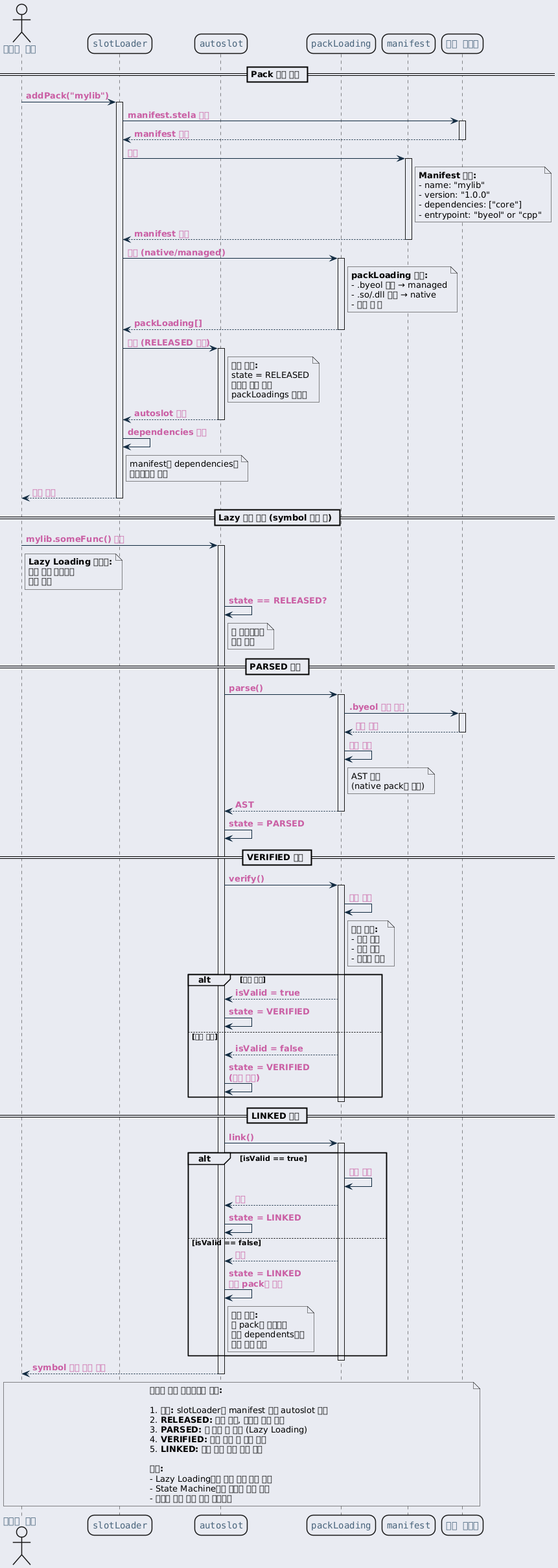
Above: ref/generated/ko/inline_umlgraph_31.png in byeolang/website (PlantUML), before the change.
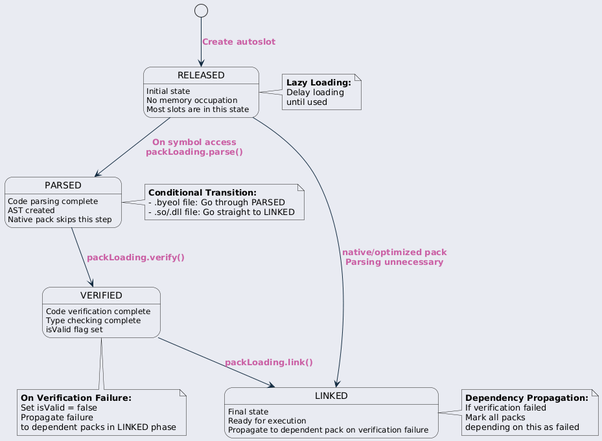
Above is the later version.

Diff of the diagram source:
```diff
@@ -23,183 +23,62 @@
     }
 }
 </style>
-actor "사용자 코드" as user
-participant "slotLoader" as loader
-participant "autoslot" as autoslot
-participant "packLoading" as packLoading
-participant "manifest" as manifest
-participant "파일 시스템" as fs
+[*] --> RELEASED : Create autoslot
 
-== Pack 등록 단계 ==
+state RELEASED {
+    RELEASED : Initial state
+    RELEASED : No memory occupation
+    RELEASED : Most slots are in this state
+}
 
-user -> loader : addPack("mylib")
-activate loader
+state PARSED {
+    PARSED : Code parsing complete
+    PARSED : AST created
+    PARSED : Native pack skips this step
+}
 
-loader -> fs : manifest.stela 찾기
-activate fs
+state VERIFIED {
+    VERIFIED : Code verification complete
+    VERIFIED : Type checking complete
+    VERIFIED : isValid flag set
+}
 
-fs --> loader : manifest 파일
-deactivate fs
+state LINKED {
+    LINKED : Final state
+    LINKED : Ready for execution
+    LINKED : Propagate to dependent pack on verification failure
+}
 
-loader -> manifest : 파싱
-activate manifest
+RELEASED --> PARSED : On symbol access\npackLoading.parse()
+RELEASED --> LINKED : native/optimized pack\nParsing unnecessary
 
-note right of manifest
-  <b>Manifest 내용:</b>
-  - name: "mylib"
-  - version: "1.0.0"
-  - dependencies: ["core"]
-  - entrypoint: "byeol" or "cpp"
+PARSED --> VERIFIED : packLoading.verify()
+
+VERIFIED --> LINKED : packLoading.link()
+
+note right of RELEASED
+  <b>Lazy Loading:</b>
+  Delay loading
+  until used
 end note
 
-manifest --> loader : manifest 객체
-deactivate manifest
-
-loader -> packLoading : 생성 (native/managed)
-activate packLoading
-
-note right of packLoading
-  <b>packLoading 타입:</b>
-  - .byeol 파일 → managed
-  - .so/.dll 파일 → native
-  - 또는 둘 다
+note right of PARSED
+  <b>Conditional Transition:</b>
+  - .byeol file: Go through PARSED
+  - .so/.dll file: Go straight to LINKED
 end note
 
-packLoading --> loader : packLoading[]
-deactivate packLoading
-
-loader -> autoslot : 생성 (RELEASED 상태)
-activate autoslot
-
-note right of autoslot
-  <b>초기 상태:</b>
-  state = RELEASED
-  메모리 점유 없음
-  packLoadings 저장만
+note bottom of VERIFIED
+  <b>On Verification Failure:</b>
+  Set isValid = false
+  Propagate failure
+  to dependent packs in LINKED phase
 end note
 
-autoslot --> loader : autoslot 객체
-deactivate autoslot
-
-loader -> loader : dependencies 등록
-note right of loader
-  manifest의 dependencies를
-  재귀적으로 로딩
-end note
-
-loader --> user : 등록 완료
-deactivate loader
-
-== Lazy 로딩 단계 (symbol 접근 시) ==
-
-user -> autoslot : mylib.someFunc() 접근
-activate autoslot
-
-note right of user
-  <b>Lazy Loading 트리거:</b>
-  실제 사용 시점까지
-  로딩 지연
-end note
-
-autoslot -> autoslot : state == RELEASED?
-note right of autoslot
-  첫 접근이므로
-  로딩 시작
-end note
-
-== PARSED 단계 ==
-
-autoslot -> packLoading : parse()
-activate packLoading
-
-packLoading -> fs : .byeol 파일 읽기
-activate fs
-
-fs --> packLoading : 소스 코드
-deactivate fs
-
-packLoading -> packLoading : 파서 실행
-note right of packLoading
-  AST 생성
-  (native pack은 생략)
-end note
-
-packLoading --> autoslot : AST
-deactivate packLoading
-
-autoslot -> autoslot : state = PARSED
-
-== VERIFIED 단계 ==
-
-autoslot -> packLoading : verify()
-activate packLoading
-
-packLoading -> packLoading : 검증 실행
-note right of packLoading
-  <b>검증 항목:</b>
-  - 타입 체킹
-  - 문법 검증
-  - 의존성 확인
-end note
-
-alt 검증 성공
-
-    packLoading --> autoslot : isValid = true
-    autoslot -> autoslot : state = VERIFIED
-
-else 검증 실패
-
-    packLoading --> autoslot : isValid = false
-    autoslot -> autoslot : state = VERIFIED\n(실패 표시)
-
-end
-
-deactivate packLoading
-
-== LINKED 단계 ==
-
-autoslot -> packLoading : link()
-activate packLoading
-
-alt isValid == true
-
-    packLoading -> packLoading : 링킹 완료
-    packLoading --> autoslot : 성공
-
-    autoslot -> autoslot : state = LINKED
-
-else isValid == false
-
-    packLoading --> autoslot : 실패
-
-    autoslot -> autoslot : state = LINKED\n의존 pack에 전파
-
-    note right of autoslot
-      <b>실패 전파:</b>
-      이 pack에 의존하는
-      모든 dependents에게
-      실패 사실 전파
-    end note
-
-end
-
-deactivate packLoading
-
-autoslot --> user : symbol 반환 또는 에러
-deactivate autoslot
-
-note over user, fs
-  <b>패키지 로딩 파이프라인 요약:</b>
-
-  1. <b>등록:</b> slotLoader가 manifest 읽고 autoslot 생성
-  2. <b>RELEASED:</b> 초기 상태, 메모리 점유 없음
-  3. <b>PARSED:</b> 첫 접근 시 파싱 (Lazy Loading)
-  4. <b>VERIFIED:</b> 코드 검증 및 타입 체킹
-  5. <b>LINKED:</b> 링킹 완료 또는 실패 전파
-
-  <b>핵심:</b>
-  - Lazy Loading으로 초기 부팅 속도 향상
-  - State Machine으로 명확한 상태 관리
-  - 의존성 기반 실패 전파 메커니즘
+note right of LINKED
+  <b>Dependency Propagation:</b>
+  If verification failed
+  Mark all packs
+  depending on this as failed
 end note
 @enduml
```
